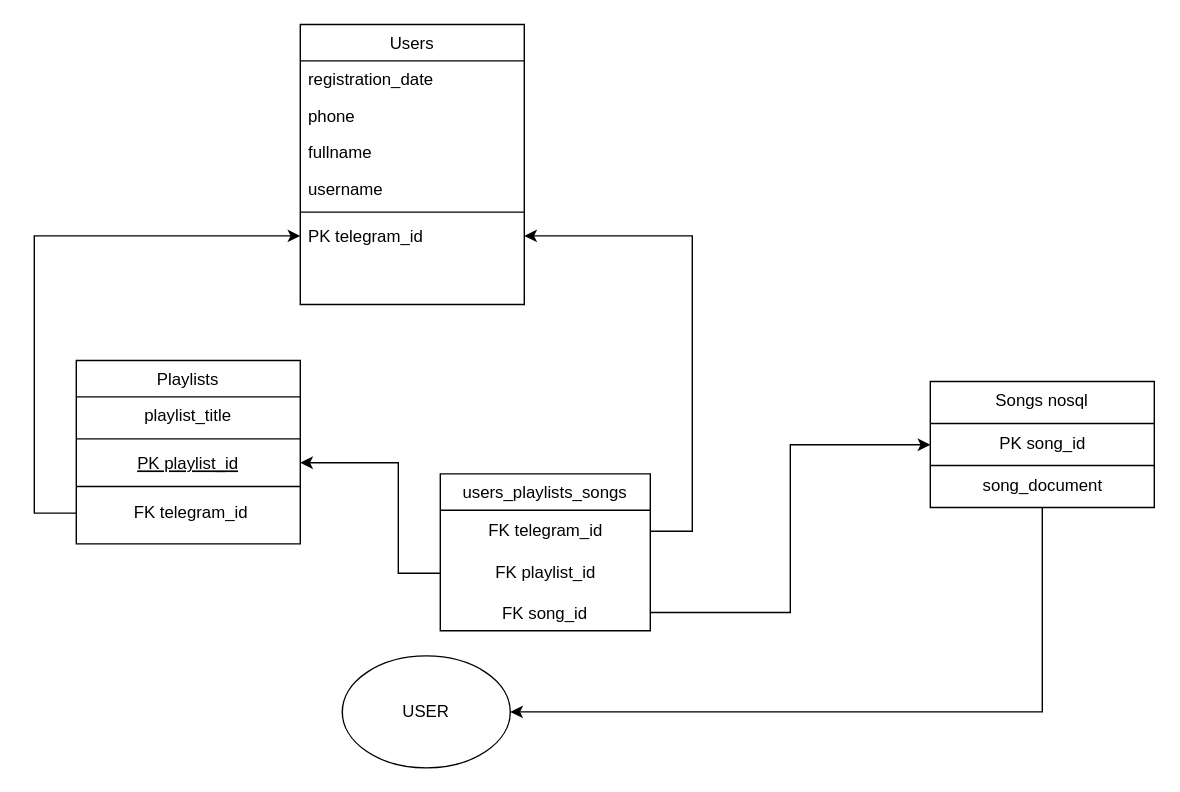
This is Untitled Diagram.drawio from damnhandin/damnhandin, a draw.io file, before an edit. Source tidied: cells renumbered, new cells numbered last; positions are measured from the earlier drawing's top-left corner, leaving out a move shared by most shapes. Both pictures are drawn from the tidied source at 140%, with x=0, y=0 at pixel (34, 24).
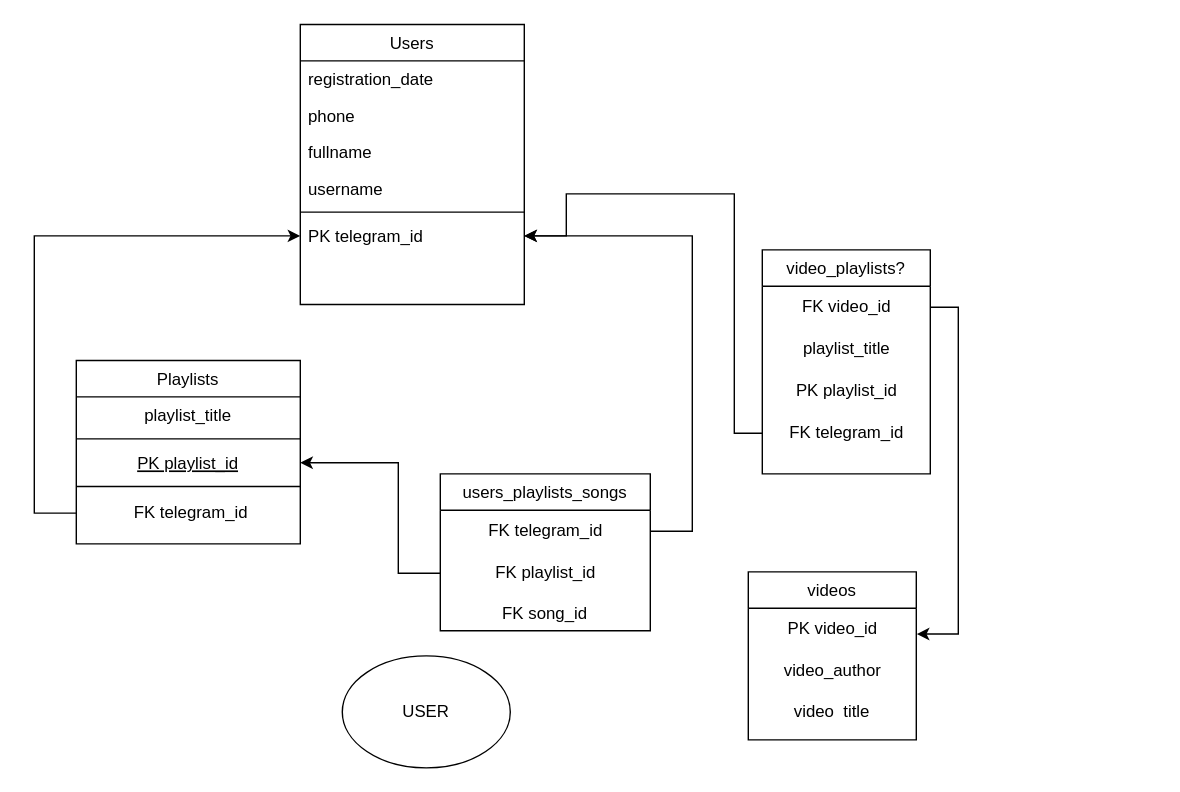
Above is the later version.

The change refers to these unchanged cells:
```xml
<mxCell id="12" value="FK song_id" style="text;align=center;verticalAlign=top;spacingLeft=4;spacingRight=4;overflow=hidden;points=[[0,0.5],[1,0.5]];portConstraint=eastwest;" parent="8" vertex="1">
  <mxGeometry y="86" width="150" height="26" as="geometry" />
</mxCell>
<mxCell id="19" value="PK telegram_id" style="text;align=left;verticalAlign=top;spacingLeft=4;spacingRight=4;overflow=hidden;points=[[0,0.5],[1,0.5]];portConstraint=eastwest;" parent="13" vertex="1">
  <mxGeometry y="138" width="160" height="26" as="geometry" />
</mxCell>
```

The edit, as a diff of the source:
```diff
@@
-    <mxCell id="20" value="Songs nosql&#10;&#10;" style="swimlane;fontStyle=0;align=center;verticalAlign=top;horizontal=1;startSize=30;rounded=0;shadow=0;strokeWidth=1;" parent="1" vertex="1">
-      <mxGeometry x="640" y="255" width="160" height="90" as="geometry" />
-    </mxCell>
-    <mxCell id="21" style="endArrow=none;html=1;rounded=0;" parent="20" edge="1">
-      <mxGeometry relative="1" as="geometry">
-        <mxPoint y="60" as="sourcePoint" />
-        <mxPoint x="160" y="60" as="targetPoint" />
-      </mxGeometry>
-    </mxCell>
-    <mxCell id="22" value="PK song_id" style="text;html=1;align=center;verticalAlign=middle;points=[];strokeColor=none;fillColor=none;" parent="20" vertex="1">
-      <mxGeometry y="30" width="160" height="30" as="geometry" />
-    </mxCell>
-    <mxCell id="23" style="edgeStyle=orthogonalEdgeStyle;rounded=0;jettySize=auto;html=1;" parent="20" edge="1" source="24">
-      <mxGeometry relative="1" as="geometry">
-        <mxPoint x="-300" y="236" as="targetPoint" />
-        <Array as="points">
-          <mxPoint x="80" y="236" />
-          <mxPoint x="-289" y="236" />
-        </Array>
-      </mxGeometry>
-    </mxCell>
-    <mxCell id="24" value="song_document" style="text;html=1;align=center;verticalAlign=middle;points=[];strokeColor=none;fillColor=none;" parent="20" vertex="1">
-      <mxGeometry y="60" width="160" height="30" as="geometry" />
-    </mxCell>
@@
-    <mxCell id="28" style="edgeStyle=orthogonalEdgeStyle;rounded=0;jettySize=auto;html=1;entryX=0;entryY=0.507;entryDx=0;entryDy=0;entryPerimeter=0;" parent="1" edge="1" source="12" target="22">
-      <mxGeometry relative="1" as="geometry" />
-    </mxCell>
@@
+    <mxCell id="30" value="videos" style="swimlane;fontStyle=0;align=center;verticalAlign=top;horizontal=1;startSize=26;rounded=0;shadow=0;strokeWidth=1;" parent="1" vertex="1">
+      <mxGeometry x="510" y="391" width="120" height="120" as="geometry" />
+    </mxCell>
+    <mxCell id="31" value="PK video_id" style="text;html=1;align=center;verticalAlign=middle;points=[];strokeColor=none;fillColor=none;" parent="30" vertex="1">
+      <mxGeometry y="26" width="120" height="30" as="geometry" />
+    </mxCell>
+    <mxCell id="32" value="video_author" style="text;html=1;align=center;verticalAlign=middle;strokeColor=none;fillColor=none;" parent="30" vertex="1">
+      <mxGeometry y="56" width="120" height="30" as="geometry" />
+    </mxCell>
+    <mxCell id="33" value="video_title&#10;" style="text;align=center;verticalAlign=top;spacingLeft=4;spacingRight=4;overflow=hidden;" parent="30" vertex="1">
+      <mxGeometry y="86" width="120" height="14" as="geometry" />
+    </mxCell>
+    <mxCell id="34" value="video_playlists?&#10;" style="swimlane;fontStyle=0;align=center;verticalAlign=top;horizontal=1;startSize=26;rounded=0;shadow=0;strokeWidth=1;" parent="1" vertex="1">
+      <mxGeometry x="520" y="161" width="120" height="160" as="geometry" />
+    </mxCell>
+    <mxCell id="35" value="FK video_id" style="text;html=1;align=center;verticalAlign=middle;points=[];strokeColor=none;fillColor=none;" parent="34" vertex="1">
+      <mxGeometry y="26" width="120" height="30" as="geometry" />
+    </mxCell>
+    <mxCell id="36" value="playlist_title" style="text;html=1;align=center;verticalAlign=middle;strokeColor=none;fillColor=none;" parent="34" vertex="1">
+      <mxGeometry y="56" width="120" height="30" as="geometry" />
+    </mxCell>
+    <mxCell id="37" value="PK playlist_id" style="text;html=1;align=center;verticalAlign=middle;strokeColor=none;fillColor=none;" parent="34" vertex="1">
+      <mxGeometry y="86" width="120" height="30" as="geometry" />
+    </mxCell>
+    <mxCell id="38" value="FK telegram_id" style="text;html=1;align=center;verticalAlign=middle;points=[];strokeColor=none;fillColor=none;" parent="34" vertex="1">
+      <mxGeometry y="116" width="120" height="30" as="geometry" />
+    </mxCell>
+    <mxCell id="39" style="edgeStyle=orthogonalEdgeStyle;rounded=0;jettySize=auto;html=1;entryX=1.003;entryY=0.613;entryDx=0;entryDy=0;entryPerimeter=0;" parent="1" edge="1" source="35" target="31">
+      <mxGeometry relative="1" as="geometry">
+        <Array as="points">
+          <mxPoint x="660" y="202" />
+          <mxPoint x="660" y="435" />
+        </Array>
+      </mxGeometry>
+    </mxCell>
+    <mxCell id="40" style="edgeStyle=orthogonalEdgeStyle;rounded=0;jettySize=auto;html=1;" parent="1" edge="1" source="38" target="19">
+      <mxGeometry relative="1" as="geometry">
+        <Array as="points">
+          <mxPoint x="500" y="292" />
+          <mxPoint x="500" y="121" />
+          <mxPoint x="380" y="121" />
+          <mxPoint x="380" y="151" />
+        </Array>
+      </mxGeometry>
+    </mxCell>
```
